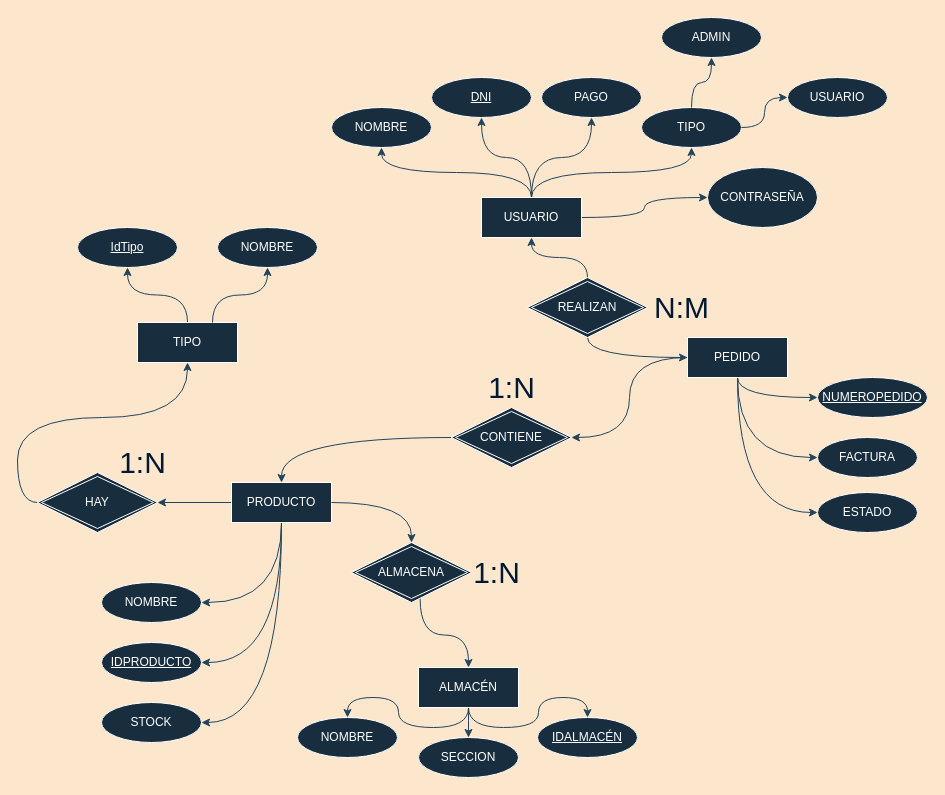
joeljnq/laEstanteria keeps this draw.io diagram as La Estanteria entidadrelacion.drawio. Above is the earlier version. Source tidied: cells renumbered, new cells numbered last; positions are measured from the earlier drawing's top-left corner, leaving out a move shared by most shapes. Both pictures are drawn from the tidied source at 100%, with x=0, y=0 at pixel (37, 17).
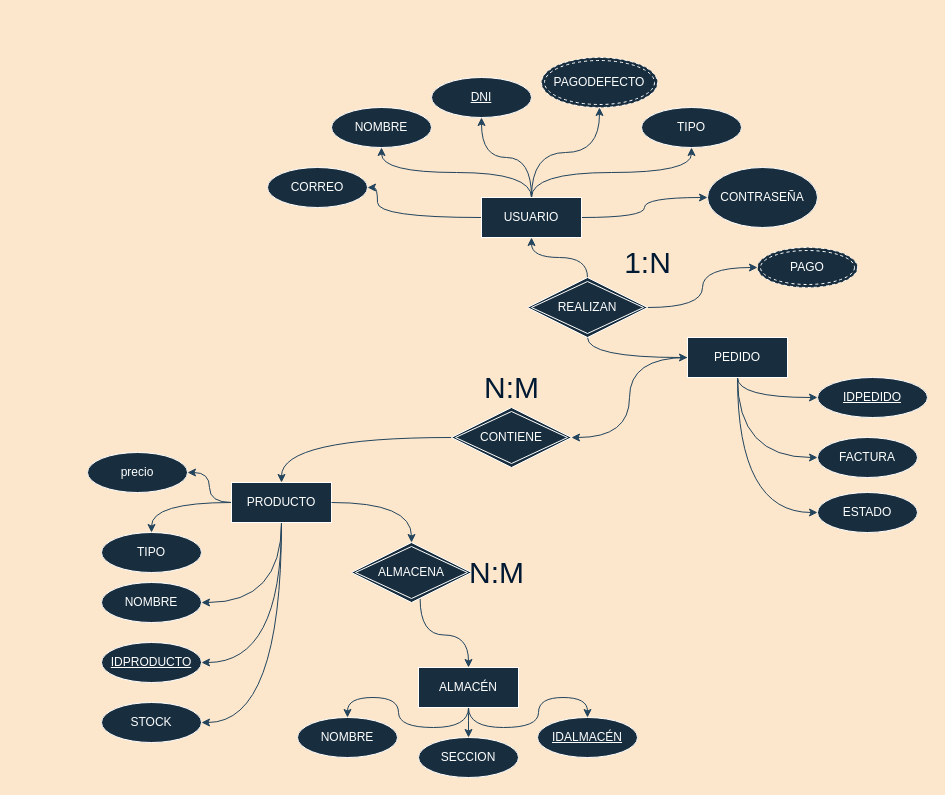
After the change.

The change refers to these unchanged cells:
```xml
<mxCell id="6" value="PRODUCTO" style="whiteSpace=wrap;html=1;align=center;fillColor=#182E3E;strokeColor=#FFFFFF;fontColor=#FFFFFF;labelBackgroundColor=none;" parent="1" vertex="1">
  <mxGeometry x="194" y="465" width="100" height="40" as="geometry" />
</mxCell>
<mxCell id="11" value="ALMACÉN" style="whiteSpace=wrap;html=1;align=center;fillColor=#182E3E;strokeColor=#FFFFFF;fontColor=#FFFFFF;labelBackgroundColor=none;" parent="1" vertex="1">
  <mxGeometry x="381" y="650" width="100" height="40" as="geometry" />
</mxCell>
<mxCell id="23" value="USUARIO" style="whiteSpace=wrap;html=1;align=center;fillColor=#182E3E;strokeColor=#FFFFFF;fontColor=#FFFFFF;labelBackgroundColor=none;" parent="1" vertex="1">
  <mxGeometry x="444" y="180" width="100" height="40" as="geometry" />
</mxCell>
<mxCell id="34" value="TIPO" style="ellipse;whiteSpace=wrap;html=1;align=center;fontStyle=0;fillColor=#182E3E;strokeColor=#FFFFFF;fontColor=#FFFFFF;labelBackgroundColor=none;" parent="1" vertex="1">
  <mxGeometry x="604" y="90" width="100" height="40" as="geometry" />
</mxCell>
<mxCell id="39" value="REALIZAN" style="shape=rhombus;double=1;perimeter=rhombusPerimeter;whiteSpace=wrap;html=1;align=center;strokeColor=#FFFFFF;fontColor=#FFFFFF;fillColor=#182E3E;labelBackgroundColor=none;" parent="1" vertex="1">
  <mxGeometry x="490" y="260" width="120" height="60" as="geometry" />
</mxCell>
<mxCell id="43" value="IDALMACÉN" style="ellipse;whiteSpace=wrap;html=1;align=center;fontStyle=4;fillColor=#182E3E;strokeColor=#FFFFFF;fontColor=#FFFFFF;labelBackgroundColor=none;" parent="1" vertex="1">
  <mxGeometry x="500" y="700" width="100" height="40" as="geometry" />
</mxCell>
```

Change to the diagram source:
```diff
@@
-    <mxCell id="5" style="edgeStyle=orthogonalEdgeStyle;rounded=0;jettySize=auto;html=1;labelBackgroundColor=#FCE7CD;strokeColor=#23445D;" parent="1" edge="1" source="6" target="51">
-      <mxGeometry relative="1" as="geometry" />
-    </mxCell>
+    <mxCell id="59" style="edgeStyle=orthogonalEdgeStyle;rounded=0;jettySize=auto;html=1;curved=1;strokeColor=#23445D;labelBackgroundColor=#FCE7CD;" parent="1" edge="1" source="6" target="45">
+      <mxGeometry relative="1" as="geometry" />
+    </mxCell>
+    <mxCell id="60" style="edgeStyle=orthogonalEdgeStyle;curved=1;rounded=0;jettySize=auto;html=1;entryX=1;entryY=0.5;entryDx=0;entryDy=0;strokeColor=#23445D;fontColor=#001933;" parent="1" edge="1" source="6" target="65">
+      <mxGeometry relative="1" as="geometry" />
+    </mxCell>
@@
-    <mxCell id="10" style="edgeStyle=orthogonalEdgeStyle;rounded=0;jettySize=auto;html=1;strokeColor=#23445D;curved=1;labelBackgroundColor=#FCE7CD;exitX=0.5;exitY=1;exitDx=0;exitDy=0;" parent="1" edge="1" source="11" target="43">
+    <mxCell id="10" style="edgeStyle=orthogonalEdgeStyle;rounded=0;jettySize=auto;html=1;strokeColor=#23445D;curved=1;exitX=0.5;exitY=1;exitDx=0;exitDy=0;labelBackgroundColor=#FCE7CD;" parent="1" edge="1" source="11" target="43">
       <mxGeometry relative="1" as="geometry" />
     </mxCell>
@@
-    <mxCell id="19" style="edgeStyle=orthogonalEdgeStyle;curved=1;rounded=0;jettySize=auto;html=1;exitX=0.5;exitY=0;exitDx=0;exitDy=0;entryX=0.5;entryY=1;entryDx=0;entryDy=0;strokeColor=#23445D;labelBackgroundColor=none;" parent="1" edge="1" source="23" target="33">
+    <mxCell id="19" style="edgeStyle=orthogonalEdgeStyle;curved=1;rounded=0;jettySize=auto;html=1;exitX=0.5;exitY=0;exitDx=0;exitDy=0;entryX=0.5;entryY=1;entryDx=0;entryDy=0;strokeColor=#23445D;labelBackgroundColor=none;" parent="1" edge="1" source="23" target="63">
       <mxGeometry relative="1" as="geometry" />
     </mxCell>
@@
+    <mxCell id="61" style="edgeStyle=orthogonalEdgeStyle;rounded=0;jettySize=auto;html=1;strokeColor=#23445D;fontColor=#001933;curved=1;" parent="1" edge="1" source="23" target="64">
+      <mxGeometry relative="1" as="geometry">
+        <Array as="points">
+          <mxPoint x="340" y="200" />
+          <mxPoint x="340" y="170" />
+        </Array>
+      </mxGeometry>
+    </mxCell>
@@
-    <mxCell id="30" value="NUMEROPEDIDO" style="ellipse;whiteSpace=wrap;html=1;align=center;fontStyle=4;fillColor=#182E3E;strokeColor=#FFFFFF;fontColor=#FFFFFF;labelBackgroundColor=none;" parent="1" vertex="1">
+    <mxCell id="30" value="IDPEDIDO" style="ellipse;whiteSpace=wrap;html=1;align=center;fontStyle=4;fillColor=#182E3E;strokeColor=#FFFFFF;fontColor=#FFFFFF;labelBackgroundColor=none;" parent="1" vertex="1">
       <mxGeometry x="780" y="360" width="110" height="40" as="geometry" />
     </mxCell>
@@
-    <mxCell id="33" value="PAGO" style="ellipse;whiteSpace=wrap;html=1;align=center;fontStyle=0;fillColor=#182E3E;strokeColor=#FFFFFF;fontColor=#FFFFFF;labelBackgroundColor=none;" parent="1" vertex="1">
-      <mxGeometry x="504" y="60" width="100" height="40" as="geometry" />
-    </mxCell>
@@
+    <mxCell id="62" style="edgeStyle=orthogonalEdgeStyle;curved=1;rounded=0;jettySize=auto;html=1;entryX=0;entryY=0.5;entryDx=0;entryDy=0;strokeColor=#23445D;fontColor=#001933;" parent="1" edge="1" source="39" target="33">
+      <mxGeometry relative="1" as="geometry" />
+    </mxCell>
@@
-    <mxCell id="44" style="edgeStyle=orthogonalEdgeStyle;curved=1;rounded=0;jettySize=auto;html=1;exitX=0.5;exitY=0;exitDx=0;exitDy=0;entryX=0.5;entryY=1;entryDx=0;entryDy=0;strokeColor=#23445D;startArrow=none;startFill=0;endArrow=classic;endFill=1;labelBackgroundColor=#FCE7CD;" parent="1" edge="1" source="45" target="54">
-      <mxGeometry relative="1" as="geometry" />
-    </mxCell>
-    <mxCell id="45" value="TIPO" style="whiteSpace=wrap;html=1;align=center;fillColor=#182E3E;strokeColor=#FFFFFF;fontColor=#FFFFFF;labelBackgroundColor=none;" parent="1" vertex="1">
-      <mxGeometry x="100" y="305" width="100" height="40" as="geometry" />
-    </mxCell>
-    <mxCell id="46" style="edgeStyle=orthogonalEdgeStyle;rounded=0;jettySize=auto;html=1;curved=1;labelBackgroundColor=#FCE7CD;strokeColor=#23445D;startArrow=classic;startFill=1;endArrow=none;endFill=0;" parent="1" edge="1" source="47" target="34">
-      <mxGeometry relative="1" as="geometry" />
-    </mxCell>
-    <mxCell id="47" value="USUARIO" style="ellipse;whiteSpace=wrap;html=1;align=center;fontStyle=0;fillColor=#182E3E;strokeColor=#FFFFFF;fontColor=#FFFFFF;labelBackgroundColor=none;" parent="1" vertex="1">
-      <mxGeometry x="750" y="60" width="100" height="40" as="geometry" />
-    </mxCell>
-    <mxCell id="48" style="edgeStyle=orthogonalEdgeStyle;rounded=0;jettySize=auto;html=1;curved=1;labelBackgroundColor=#FCE7CD;strokeColor=#23445D;startArrow=classic;startFill=1;endArrow=none;endFill=0;" parent="1" edge="1" source="49" target="34">
-      <mxGeometry relative="1" as="geometry" />
-    </mxCell>
-    <mxCell id="49" value="ADMIN" style="ellipse;whiteSpace=wrap;html=1;align=center;fontStyle=0;fillColor=#182E3E;strokeColor=#FFFFFF;fontColor=#FFFFFF;labelBackgroundColor=none;" parent="1" vertex="1">
-      <mxGeometry x="624" width="100" height="40" as="geometry" />
-    </mxCell>
-    <mxCell id="50" style="edgeStyle=orthogonalEdgeStyle;rounded=0;jettySize=auto;html=1;exitX=0;exitY=0.5;exitDx=0;exitDy=0;labelBackgroundColor=#FCE7CD;strokeColor=#23445D;curved=1;" parent="1" edge="1" source="51" target="45">
-      <mxGeometry relative="1" as="geometry" />
-    </mxCell>
-    <mxCell id="51" value="HAY" style="shape=rhombus;double=1;perimeter=rhombusPerimeter;whiteSpace=wrap;html=1;align=center;strokeColor=#FFFFFF;fontColor=#FFFFFF;fillColor=#182E3E;labelBackgroundColor=none;" parent="1" vertex="1">
-      <mxGeometry y="455" width="120" height="60" as="geometry" />
-    </mxCell>
-    <mxCell id="52" style="edgeStyle=orthogonalEdgeStyle;rounded=0;jettySize=auto;html=1;entryX=0.75;entryY=0;entryDx=0;entryDy=0;curved=1;labelBackgroundColor=#FCE7CD;strokeColor=#23445D;endArrow=none;endFill=0;startArrow=classic;startFill=1;" parent="1" edge="1" source="53" target="45">
-      <mxGeometry relative="1" as="geometry" />
-    </mxCell>
-    <mxCell id="53" value="NOMBRE" style="ellipse;whiteSpace=wrap;html=1;align=center;fontStyle=0;fillColor=#182E3E;strokeColor=#FFFFFF;fontColor=#FFFFFF;labelBackgroundColor=none;" parent="1" vertex="1">
-      <mxGeometry x="180" y="210" width="100" height="40" as="geometry" />
-    </mxCell>
-    <mxCell id="54" value="IdTipo" style="ellipse;whiteSpace=wrap;html=1;align=center;fontStyle=4;fillColor=#182E3E;strokeColor=#FFFFFF;fontColor=#FFFFFF;labelBackgroundColor=none;" parent="1" vertex="1">
-      <mxGeometry x="40" y="210" width="100" height="40" as="geometry" />
-    </mxCell>
-    <mxCell id="55" value="&lt;font style=&quot;font-size: 30px;&quot;&gt;1:N&lt;/font&gt;" style="text;html=1;align=center;verticalAlign=middle;strokeColor=none;fillColor=none;fontColor=#001933;" parent="1" vertex="1">
-      <mxGeometry x="424" y="530" width="70" height="50" as="geometry" />
+    <mxCell id="55" value="&lt;font style=&quot;font-size: 30px;&quot;&gt;N:M&lt;/font&gt;" style="text;html=1;align=center;verticalAlign=middle;strokeColor=none;fillColor=none;fontColor=#001933;" parent="1" vertex="1">
+      <mxGeometry x="419" y="530" width="80" height="50" as="geometry" />
     </mxCell>
-    <mxCell id="56" value="1:N" style="text;html=1;align=center;verticalAlign=middle;strokeColor=none;fillColor=none;fontColor=#001933;fontSize=30;" parent="1" vertex="1">
-      <mxGeometry x="439" y="345" width="70" height="50" as="geometry" />
+    <mxCell id="56" value="N:M" style="text;html=1;align=center;verticalAlign=middle;strokeColor=none;fillColor=none;fontColor=#001933;fontSize=30;" parent="1" vertex="1">
+      <mxGeometry x="434" y="345" width="80" height="50" as="geometry" />
     </mxCell>
-    <mxCell id="57" value="1:N" style="text;html=1;align=center;verticalAlign=middle;strokeColor=none;fillColor=none;fontColor=#001933;fontSize=30;" parent="1" vertex="1">
-      <mxGeometry x="70" y="420" width="70" height="50" as="geometry" />
-    </mxCell>
-    <mxCell id="58" value="N:M" style="text;html=1;align=center;verticalAlign=middle;strokeColor=none;fillColor=none;fontSize=30;fontColor=#001933;" parent="1" vertex="1">
-      <mxGeometry x="604" y="265" width="80" height="50" as="geometry" />
+    <mxCell id="58" value="1:N" style="text;html=1;align=center;verticalAlign=middle;strokeColor=none;fillColor=none;fontSize=30;fontColor=#001933;" parent="1" vertex="1">
+      <mxGeometry x="575" y="220" width="70" height="50" as="geometry" />
     </mxCell>
+    <mxCell id="45" value="TIPO" style="ellipse;whiteSpace=wrap;html=1;align=center;fontStyle=0;fillColor=#182E3E;strokeColor=#FFFFFF;fontColor=#FFFFFF;labelBackgroundColor=none;" parent="1" vertex="1">
+      <mxGeometry x="64" y="515" width="100" height="40" as="geometry" />
+    </mxCell>
+    <mxCell id="63" value="PAGODEFECTO" style="ellipse;shape=doubleEllipse;margin=3;whiteSpace=wrap;html=1;align=center;dashed=1;fillColor=#182E3E;strokeColor=#FFFFFF;fontColor=#FFFFFF;" parent="1" vertex="1">
+      <mxGeometry x="504" y="40" width="116" height="50" as="geometry" />
+    </mxCell>
+    <mxCell id="64" value="CORREO" style="ellipse;whiteSpace=wrap;html=1;align=center;fontStyle=0;fillColor=#182E3E;strokeColor=#FFFFFF;fontColor=#FFFFFF;labelBackgroundColor=none;" parent="1" vertex="1">
+      <mxGeometry x="230" y="150" width="100" height="40" as="geometry" />
+    </mxCell>
+    <mxCell id="65" value="precio" style="ellipse;whiteSpace=wrap;html=1;align=center;fontStyle=0;fillColor=#182E3E;strokeColor=#FFFFFF;fontColor=#FFFFFF;labelBackgroundColor=none;" parent="1" vertex="1">
+      <mxGeometry x="50" y="435" width="100" height="40" as="geometry" />
+    </mxCell>
+    <mxCell id="33" value="PAGO" style="ellipse;shape=doubleEllipse;margin=3;whiteSpace=wrap;html=1;align=center;dashed=1;fillColor=#182E3E;strokeColor=#FFFFFF;fontColor=#FFFFFF;" parent="1" vertex="1">
+      <mxGeometry x="720" y="230" width="100" height="40" as="geometry" />
+    </mxCell>
```
